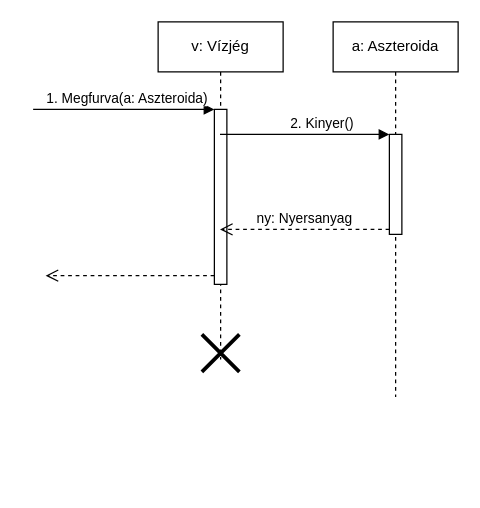
The draw.io diagram page "Page-2" (2 of 2) of doc/uml/szublimalo_aszteroida_furas.drawio in torpeBoiGo/aszteroidabanyaszat, before the edit. Source tidied: cells renumbered, new cells numbered last; positions are measured from the earlier drawing's top-left corner, leaving out a move shared by most shapes. Both pictures are drawn from the tidied source at 125%, with x=0, y=0 at pixel (32, 21).
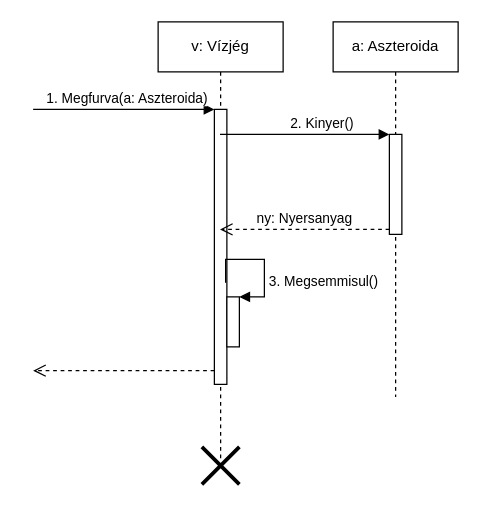
After the change.

Commit message:
Update szublimalo_aszteroida_furas.drawio: megsemmisul hozzaadasa

Diff of the diagram source:
```diff
@@
 <mxGraphModel>
   <root>
     <mxCell id="0" />
     <mxCell id="1" parent="0" />
     <mxCell id="2" value="v: Vízjég" style="shape=umlLifeline;perimeter=lifelinePerimeter;whiteSpace=wrap;html=1;outlineConnect=0;" parent="1" vertex="1">
-      <mxGeometry x="100" width="100" height="270" as="geometry" />
+      <mxGeometry x="100" width="100" height="350" as="geometry" />
     </mxCell>
     <mxCell id="3" style="html=1;points=[];perimeter=orthogonalPerimeter;" parent="2" vertex="1">
-      <mxGeometry x="45" y="70" width="10" height="140" as="geometry" />
+      <mxGeometry x="45" y="70" width="10" height="220" as="geometry" />
     </mxCell>
     <mxCell id="4" value="1. Megfurva(a: Aszteroida)" style="html=1;verticalAlign=bottom;endArrow=block;entryX=0;entryY=0;" parent="2" edge="1" target="3">
       <mxGeometry x="0.04" relative="1" as="geometry">
         <mxPoint x="-100" y="70" as="sourcePoint" />
       </mxGeometry>
     </mxCell>
     <mxCell id="5" style="html=1;verticalAlign=bottom;endArrow=open;dashed=1;endSize=8;exitX=0;exitY=0.95;" parent="2" edge="1" source="3">
       <mxGeometry x="1" y="-108" relative="1" as="geometry">
-        <mxPoint x="-90" y="203" as="targetPoint" />
+        <mxPoint x="-100" y="279" as="targetPoint" />
         <mxPoint x="-41" y="8" as="offset" />
       </mxGeometry>
     </mxCell>
-    <mxCell id="6" style="shape=umlDestroy;whiteSpace=wrap;html=1;strokeWidth=3;" parent="2" vertex="1">
-      <mxGeometry x="35" y="250" width="30" height="30" as="geometry" />
-    </mxCell>
+    <mxCell id="11" style="html=1;points=[];perimeter=orthogonalPerimeter;" parent="2" vertex="1">
+      <mxGeometry x="55" y="220" width="10" height="40" as="geometry" />
+    </mxCell>
+    <mxCell id="12" value="3. Megsemmisul()" style="edgeStyle=orthogonalEdgeStyle;html=1;align=left;spacingLeft=2;endArrow=block;rounded=0;entryX=1;entryY=0;exitX=0.9;exitY=0.63;exitDx=0;exitDy=0;exitPerimeter=0;" parent="2" edge="1" source="3" target="11">
+      <mxGeometry x="0.37" relative="1" as="geometry">
+        <Array as="points">
+          <mxPoint x="54" y="190" />
+          <mxPoint x="85" y="190" />
+          <mxPoint x="85" y="220" />
+        </Array>
+      </mxGeometry>
+    </mxCell>
     <mxCell id="7" value="a: Aszteroida" style="shape=umlLifeline;perimeter=lifelinePerimeter;whiteSpace=wrap;html=1;" parent="1" vertex="1">
       <mxGeometry x="240" width="100" height="300" as="geometry" />
     </mxCell>
     <mxCell id="8" style="html=1;points=[];perimeter=orthogonalPerimeter;" parent="7" vertex="1">
       <mxGeometry x="45" y="90" width="10" height="80" as="geometry" />
     </mxCell>
     <mxCell id="9" value="2. Kinyer()" style="html=1;verticalAlign=bottom;endArrow=block;entryX=0;entryY=0;" parent="1" edge="1" source="2" target="8">
       <mxGeometry x="0.19" relative="1" as="geometry" />
     </mxCell>
     <mxCell id="10" value="ny: Nyersanyag" style="html=1;verticalAlign=bottom;endArrow=open;dashed=1;endSize=8;exitX=0;exitY=0.95;" parent="1" edge="1" source="8" target="2">
       <mxGeometry relative="1" as="geometry" />
     </mxCell>
+    <mxCell id="6" style="shape=umlDestroy;whiteSpace=wrap;html=1;strokeWidth=3;" parent="1" vertex="1">
+      <mxGeometry x="135" y="340" width="30" height="30" as="geometry" />
+    </mxCell>
   </root>
 </mxGraphModel>
```
